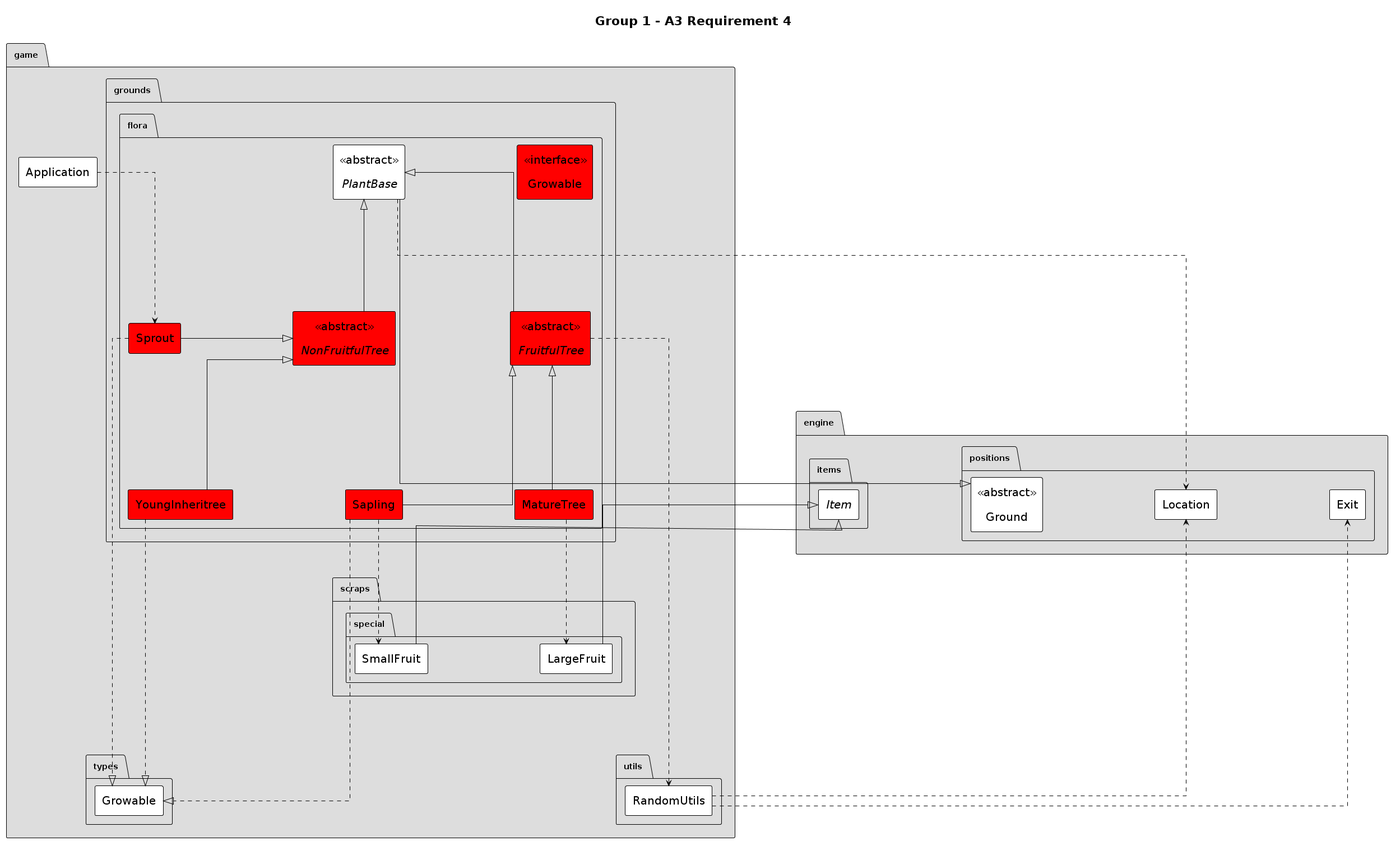
BryanChow0112/StaticFactory keeps this PlantUML diagram as docs/design/assignment3/req04_uml_class.png. Above is the earlier version.
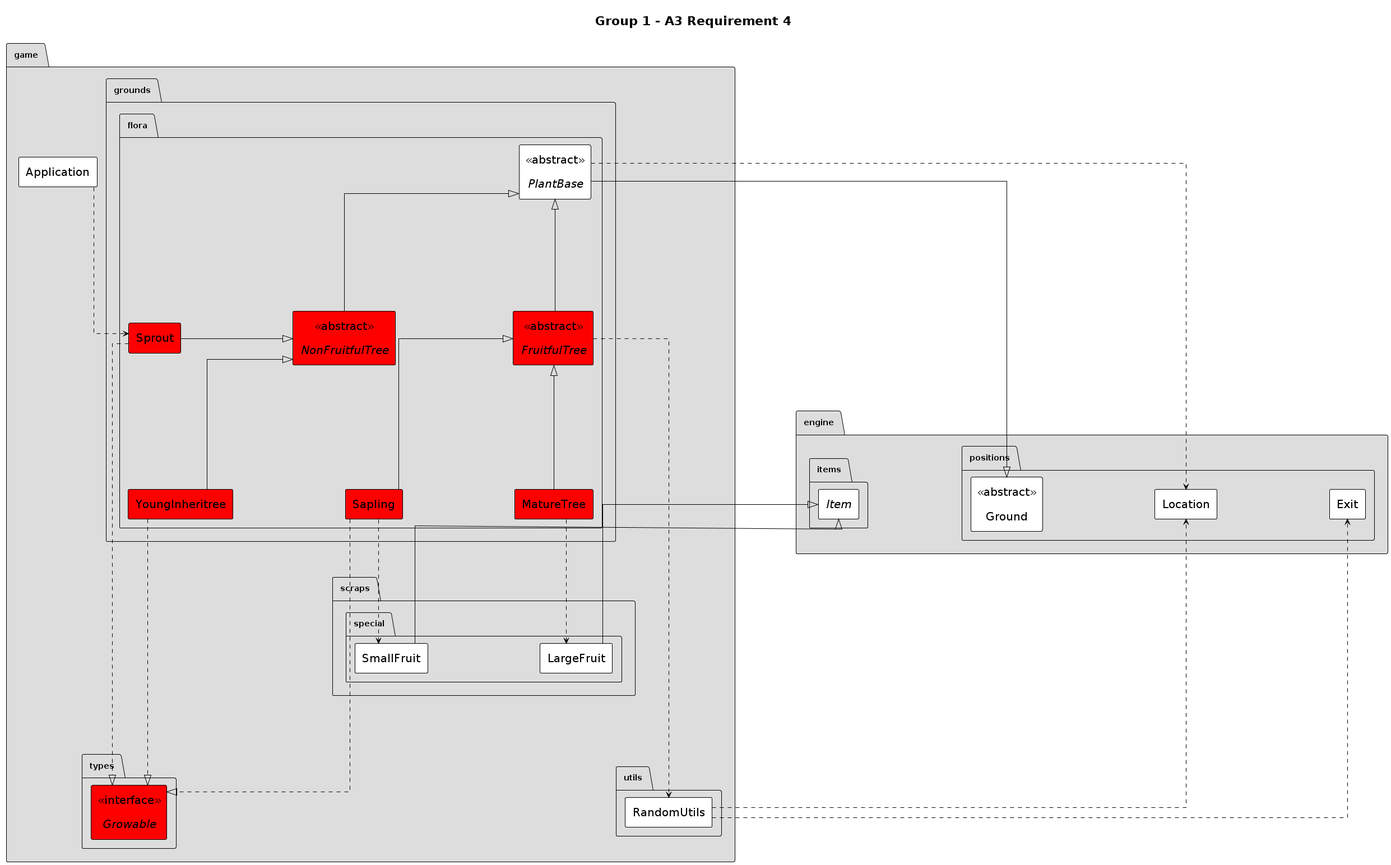
After the commit.

Commit message:
lachlanmacphee: fix growable issue in req04

Change to the diagram source:
```diff
@@ -38,9 +38,12 @@
   abstract class PlantBase <<abstract>>
   abstract class FruitfulTree <<abstract>> #red
   abstract class NonFruitfulTree <<abstract>> #red
-  class Growable <<interface>> #red
+}
 
+package game.types {
+  interface Growable <<interface>> #red
 }
+
 game.grounds.flora.PlantBase -up-|> engine.positions.Ground
 game.grounds.flora.Sprout ...|> game.types.Growable
 game.grounds.flora.Sapling ...|> game.types.Growable
@@ -53,21 +56,14 @@
 game.grounds.flora.FruitfulTree <|-- game.grounds.flora.MatureTree
 game.grounds.flora.PlantBase .> engine.positions.Location
 
-
-
 game.grounds.flora.Sapling ..> game.scraps.special.SmallFruit
-
 game.grounds.flora.MatureTree ..> game.scraps.special.LargeFruit
-
-
 
 package game.grounds.flora {
   class Sapling #red
   class MatureTree #red
   class Sprout #red
   class YoungInheritree #red
-
-
 }
 
 game.Application ..> game.grounds.flora.Sprout
```
